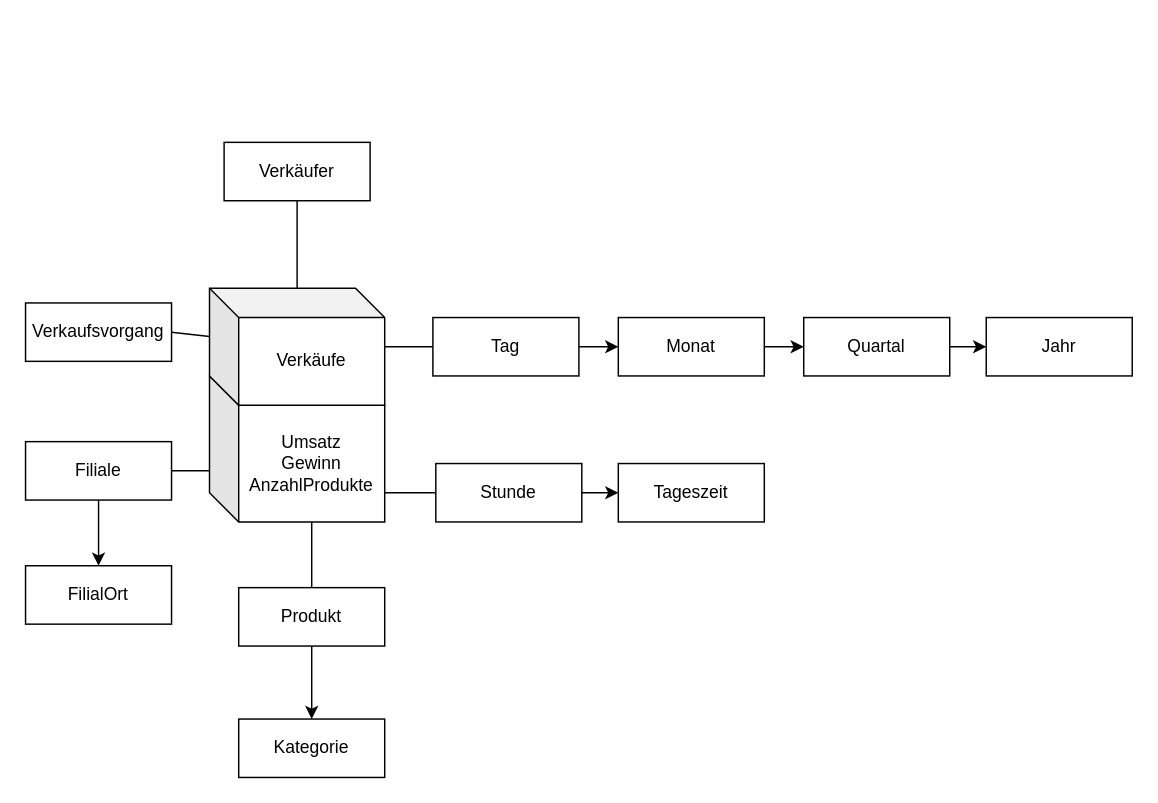
The draw.io diagram mER - BrotZeit.drawio in Thoerchen/BackZeit, before the edit. Source tidied: cells renumbered, new cells numbered last; positions are measured from the earlier drawing's top-left corner, leaving out a move shared by most shapes. Both pictures are drawn from the tidied source at 146%, with x=0, y=0 at pixel (25, 142).
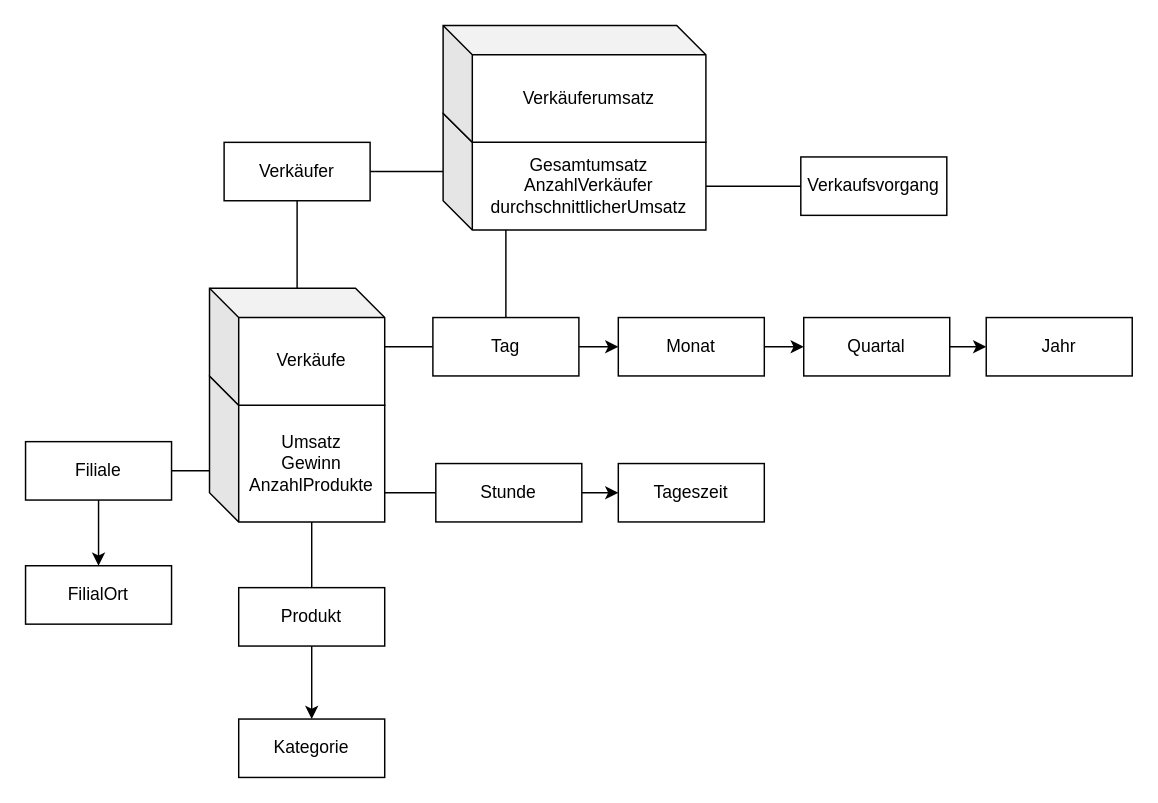
The same diagram, later.

Unchanged cells that the change refers to:
```xml
<mxCell id="7" value="Verkäufe" style="shape=cube;whiteSpace=wrap;html=1;boundedLbl=1;backgroundOutline=1;darkOpacity=0.05;darkOpacity2=0.1;" parent="1" vertex="1">
  <mxGeometry x="126" y="100" width="120" height="80" as="geometry" />
</mxCell>
<mxCell id="9" value="Tag" style="whiteSpace=wrap;html=1;align=center;" parent="1" vertex="1">
  <mxGeometry x="279" y="120" width="100" height="40" as="geometry" />
</mxCell>
<mxCell id="21" value="Verkäufer" style="whiteSpace=wrap;html=1;align=center;" parent="1" vertex="1">
  <mxGeometry x="136" width="100" height="40" as="geometry" />
</mxCell>
```

Diff of the diagram source:
```diff
@@
+    <mxCell id="28" style="edgeStyle=orthogonalEdgeStyle;rounded=0;jettySize=auto;html=1;endArrow=none;endFill=0;" parent="1" edge="1" source="21" target="30">
+      <mxGeometry relative="1" as="geometry" />
+    </mxCell>
@@
     <mxCell id="25" value="Verkaufsvorgang" style="whiteSpace=wrap;html=1;align=center;" parent="1" vertex="1">
-      <mxGeometry y="110" width="100" height="40" as="geometry" />
+      <mxGeometry x="531" y="10" width="100" height="40" as="geometry" />
     </mxCell>
-    <mxCell id="26" style="rounded=0;jettySize=auto;html=1;endArrow=none;endFill=0;exitX=1;exitY=0.5;exitDx=0;exitDy=0;" parent="1" edge="1" source="25" target="7">
+    <mxCell id="26" style="rounded=0;jettySize=auto;html=1;endArrow=none;endFill=0;exitX=0;exitY=0.5;exitDx=0;exitDy=0;entryX=0;entryY=0;entryDx=180;entryDy=50;entryPerimeter=0;" parent="1" edge="1" source="25" target="30">
       <mxGeometry relative="1" as="geometry" />
     </mxCell>
@@
+    <mxCell id="29" style="edgeStyle=orthogonalEdgeStyle;rounded=0;jettySize=auto;html=1;endArrow=none;endFill=0;" parent="1" edge="1" source="30" target="9">
+      <mxGeometry relative="1" as="geometry">
+        <Array as="points">
+          <mxPoint x="329" y="80" />
+          <mxPoint x="329" y="80" />
+        </Array>
+      </mxGeometry>
+    </mxCell>
+    <mxCell id="30" value="Gesamtumsatz&lt;br&gt;AnzahlVerkäufer&lt;br&gt;durchschnittlicherUmsatz" style="shape=cube;whiteSpace=wrap;html=1;boundedLbl=1;backgroundOutline=1;darkOpacity=0.05;darkOpacity2=0.1;" parent="1" vertex="1">
+      <mxGeometry x="286" y="-20" width="180" height="80" as="geometry" />
+    </mxCell>
+    <mxCell id="31" value="Verkäuferumsatz" style="shape=cube;whiteSpace=wrap;html=1;boundedLbl=1;backgroundOutline=1;darkOpacity=0.05;darkOpacity2=0.1;" parent="1" vertex="1">
+      <mxGeometry x="286" y="-80" width="180" height="80" as="geometry" />
+    </mxCell>
```
